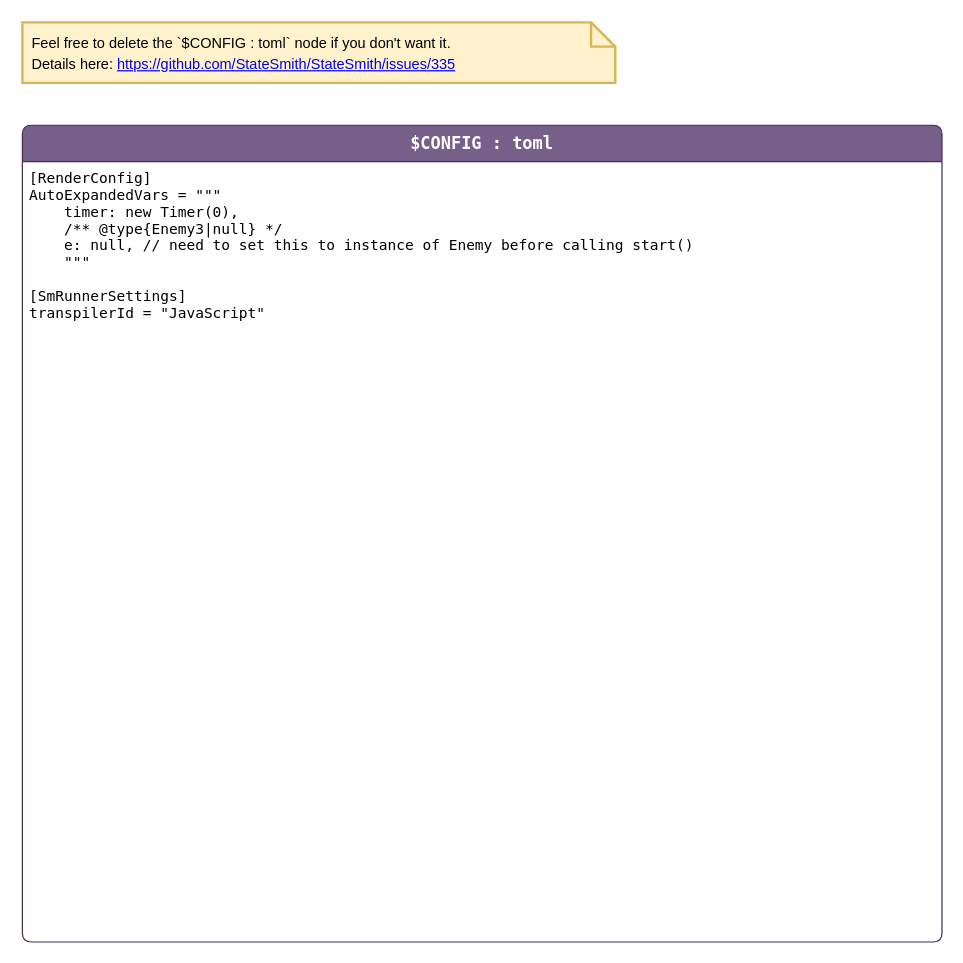
This is page "config" (2 of 3) of enemy3/Enemy3Sm.drawio from adamfk/game-fsm-examples, a draw.io file, before an edit. Source tidied: cells renumbered, new cells numbered last; positions are measured from the earlier drawing's top-left corner, leaving out a move shared by most shapes. Both pictures are drawn from the tidied source at 121%, with x=0, y=0 at pixel (22, 22).
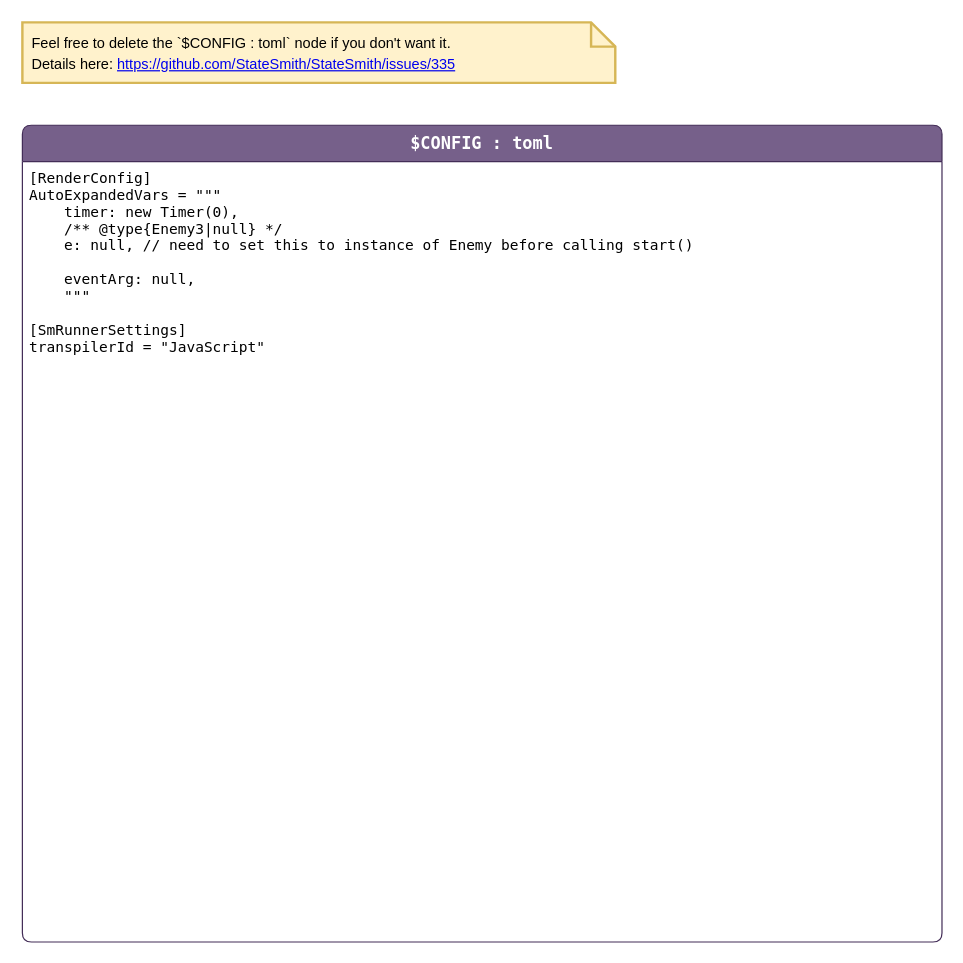
After the change.

What changed in the source:
```diff
@@
 <mxGraphModel>
   <root>
     <mxCell id="0" />
     <mxCell id="1" parent="0" />
     <mxCell id="2" value="$CONFIG : toml" style="shape=swimlane;align=center;verticalAlign=top;fontFamily=Lucida Console;startSize=30;fontSize=14;fontStyle=1;swimlaneFillColor=default;rounded=1;arcSize=15;absoluteArcSize=1;fillColor=#76608a;strokeColor=#432D57;fontColor=#ffffff;" parent="1" vertex="1">
       <mxGeometry y="85" width="760" height="675" as="geometry" />
     </mxCell>
-    <mxCell id="3" value="[RenderConfig]&#10;AutoExpandedVars = &quot;&quot;&quot;&#10;    timer: new Timer(0),&#10;    /** @type{Enemy3|null} */&#10;    e: null, // need to set this to instance of Enemy before calling start()&#10;    &quot;&quot;&quot;&#10;&#10;[SmRunnerSettings]&#10;transpilerId = &quot;JavaScript&quot;" style="fontFamily=Lucida Console;align=left;verticalAlign=top;fillColor=none;gradientColor=none;strokeColor=none;rounded=0;spacingLeft=4;" parent="2" vertex="1">
-      <mxGeometry y="30" width="580" height="140" as="geometry" />
+    <mxCell id="3" value="[RenderConfig]&#10;AutoExpandedVars = &quot;&quot;&quot;&#10;    timer: new Timer(0),&#10;    /** @type{Enemy3|null} */&#10;    e: null, // need to set this to instance of Enemy before calling start()&#10;&#10;    eventArg: null,&#10;    &quot;&quot;&quot;&#10;&#10;[SmRunnerSettings]&#10;transpilerId = &quot;JavaScript&quot;" style="fontFamily=Lucida Console;align=left;verticalAlign=top;fillColor=none;gradientColor=none;strokeColor=none;rounded=0;spacingLeft=4;" parent="2" vertex="1">
+      <mxGeometry y="30" width="580" height="170" as="geometry" />
     </mxCell>
     <mxCell id="4" value="&lt;span style=&quot;color: rgb(0, 0, 0); font-size: 12px;&quot;&gt;Feel free to delete the `$CONFIG : toml` node if you don't want it.&lt;/span&gt;&lt;br style=&quot;color: rgb(0, 0, 0); font-size: 12px;&quot;&gt;&lt;span style=&quot;color: rgb(0, 0, 0); font-size: 12px;&quot;&gt;Details here:&amp;nbsp;&lt;/span&gt;&lt;a style=&quot;font-size: 12px;&quot; href=&quot;https://github.com/StateSmith/StateSmith/issues/335&quot;&gt;https://github.com/StateSmith/StateSmith/issues/335&lt;/a&gt;" style="shape=note;strokeWidth=2;fontSize=14;size=20;whiteSpace=wrap;html=1;fillColor=#fff2cc;strokeColor=#d6b656;fontColor=#2B2B00;align=left;spacingLeft=6;" parent="1" vertex="1">
       <mxGeometry width="490" height="50" as="geometry" />
     </mxCell>
   </root>
 </mxGraphModel>
```
